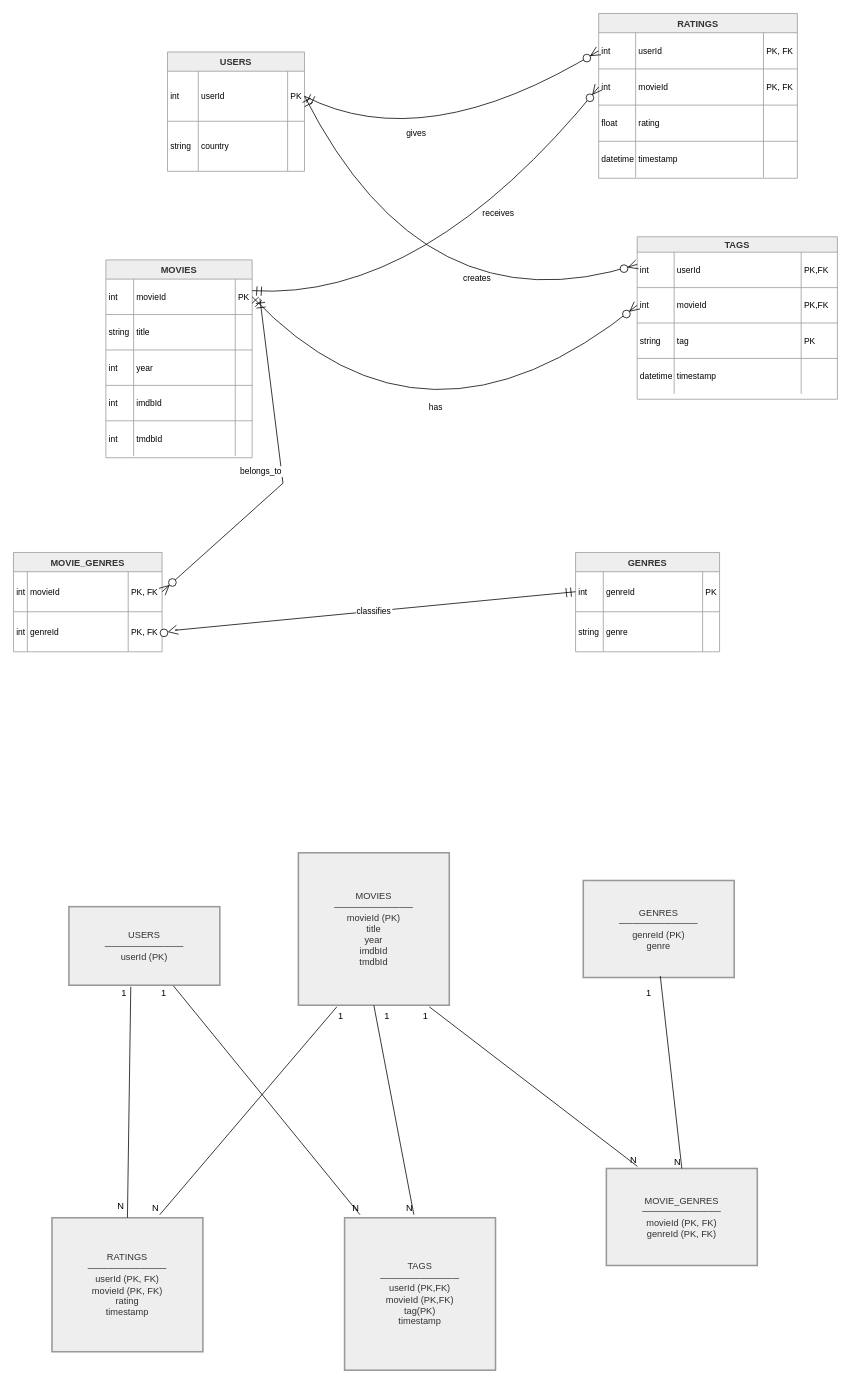
Before: Goal1/ER/ER.drawio in JPSNunes/BDAProject, a draw.io diagram. Source tidied: cells renumbered, new cells numbered last; positions are measured from the earlier drawing's top-left corner, leaving out a move shared by most shapes. Both pictures are drawn from the tidied source at 77%, with x=0, y=0 at pixel (13, 13).
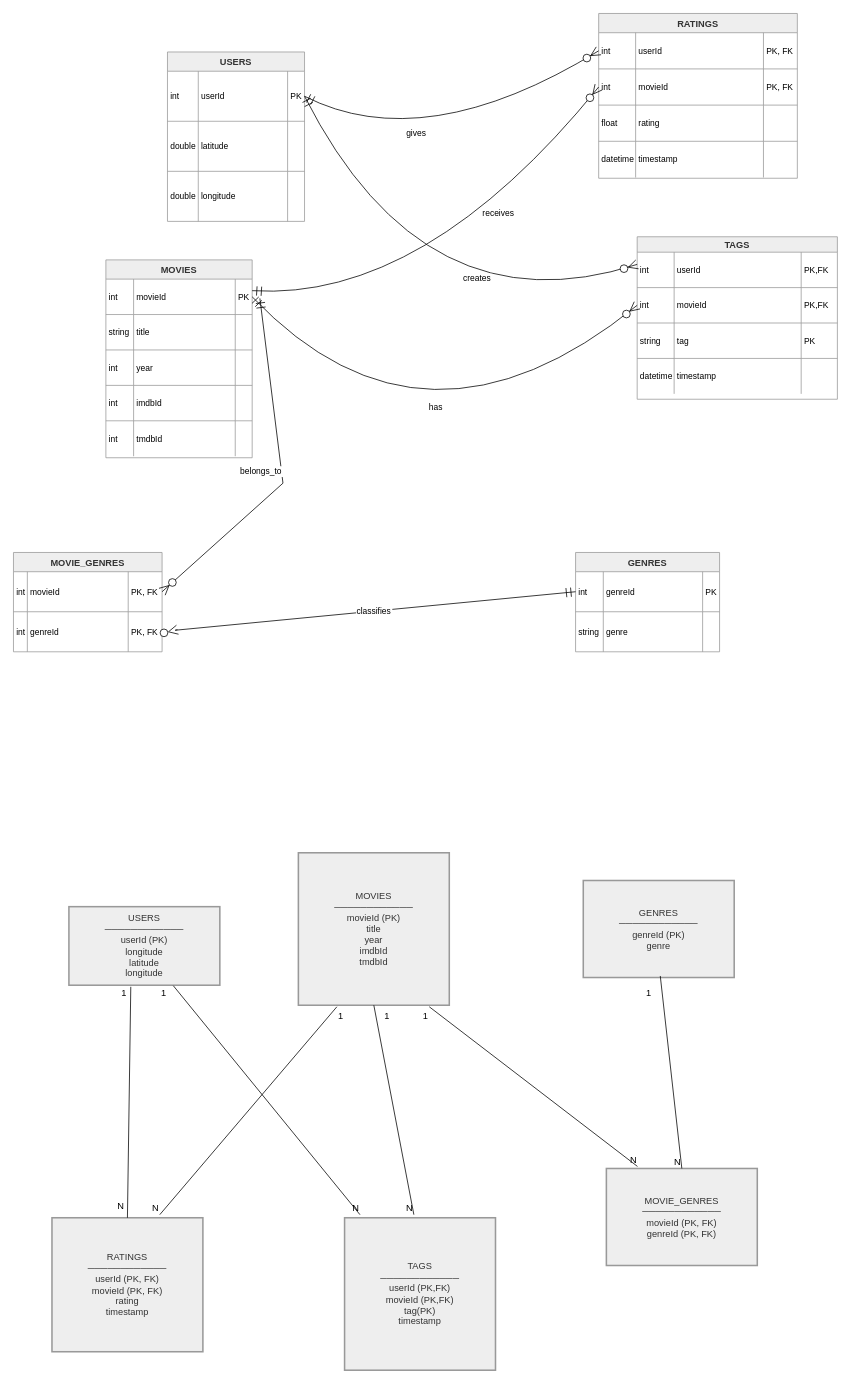
The same page after the edit.

Commit message (it also covers changes not shown here):
alterei o er e o documento de exemplo do mongo. Goal1

Unchanged cells that the change refers to:
```xml
<mxCell id="7" style="shape=tableRow;horizontal=0;startSize=0;swimlaneHead=0;swimlaneBody=0;fillColor=none;top=0;left=0;right=0;bottom=0;" parent="2" vertex="1">
  <mxGeometry y="90" width="178" height="65" as="geometry" />
</mxCell>
```

What changed in the source:
```diff
@@
     <mxCell id="2" value="USERS" style="shape=table;startSize=25;childLayout=tableLayout;rowLines=1;fontStyle=1;align=center;fillColor=light-dark(#eeeeee,#1f2020);strokeColor=light-dark(#999999,#cccccc);fontColor=light-dark(#333333,#cccccc);" parent="1" vertex="1">
-      <mxGeometry x="200" y="50" width="178" height="155" as="geometry" />
+      <mxGeometry x="200" y="50" width="178" height="220" as="geometry" />
     </mxCell>
@@
-    <mxCell id="8" value="string" style="shape=partialRectangle;fillColor=none;top=0;left=0;bottom=0;right=0;align=left;spacingLeft=2;overflow=hidden;fontSize=11;" parent="7" vertex="1">
+    <mxCell id="8" value="double" style="shape=partialRectangle;fillColor=none;top=0;left=0;bottom=0;right=0;align=left;spacingLeft=2;overflow=hidden;fontSize=11;" parent="7" vertex="1">
       <mxGeometry width="40" height="65" as="geometry" />
     </mxCell>
-    <mxCell id="9" value="country" style="shape=partialRectangle;fillColor=none;top=0;left=0;bottom=0;right=0;align=left;spacingLeft=2;overflow=hidden;fontSize=11;" parent="7" vertex="1">
+    <mxCell id="9" value="latitude" style="shape=partialRectangle;fillColor=none;top=0;left=0;bottom=0;right=0;align=left;spacingLeft=2;overflow=hidden;fontSize=11;" parent="7" vertex="1">
       <mxGeometry x="40" width="116" height="65" as="geometry" />
     </mxCell>
@@
+    <mxCell id="114" style="shape=tableRow;horizontal=0;startSize=0;swimlaneHead=0;swimlaneBody=0;fillColor=none;top=0;left=0;right=0;bottom=0;" parent="2" vertex="1">
+      <mxGeometry y="155" width="178" height="65" as="geometry" />
+    </mxCell>
+    <mxCell id="115" value="double" style="shape=partialRectangle;fillColor=none;top=0;left=0;bottom=0;right=0;align=left;spacingLeft=2;overflow=hidden;fontSize=11;" parent="114" vertex="1">
+      <mxGeometry width="40" height="65" as="geometry" />
+    </mxCell>
+    <mxCell id="116" value="longitude" style="shape=partialRectangle;fillColor=none;top=0;left=0;bottom=0;right=0;align=left;spacingLeft=2;overflow=hidden;fontSize=11;" parent="114" vertex="1">
+      <mxGeometry x="40" width="116" height="65" as="geometry" />
+    </mxCell>
+    <mxCell id="117" style="shape=partialRectangle;fillColor=none;top=0;left=0;bottom=0;right=0;align=left;spacingLeft=2;overflow=hidden;fontSize=11;" parent="114" vertex="1">
+      <mxGeometry x="156" width="22" height="65" as="geometry" />
+    </mxCell>
@@
-    <mxCell id="90" value="USERS&#10;────────────&#10;userId (PK)" style="whiteSpace=wrap;strokeWidth=2;fillColor=light-dark(#eeeeee,#1f2020);strokeColor=light-dark(#999999,#cccccc);fontColor=light-dark(#333333,#cccccc);" parent="1" vertex="1">
+    <mxCell id="90" value="USERS&#10;────────────&#10;userId (PK)&#10;longitude&#10;latitude&#10;longitude" style="whiteSpace=wrap;strokeWidth=2;fillColor=light-dark(#eeeeee,#1f2020);strokeColor=light-dark(#999999,#cccccc);fontColor=light-dark(#333333,#cccccc);" parent="1" vertex="1">
       <mxGeometry x="72" y="1160" width="196" height="102" as="geometry" />
     </mxCell>
```
